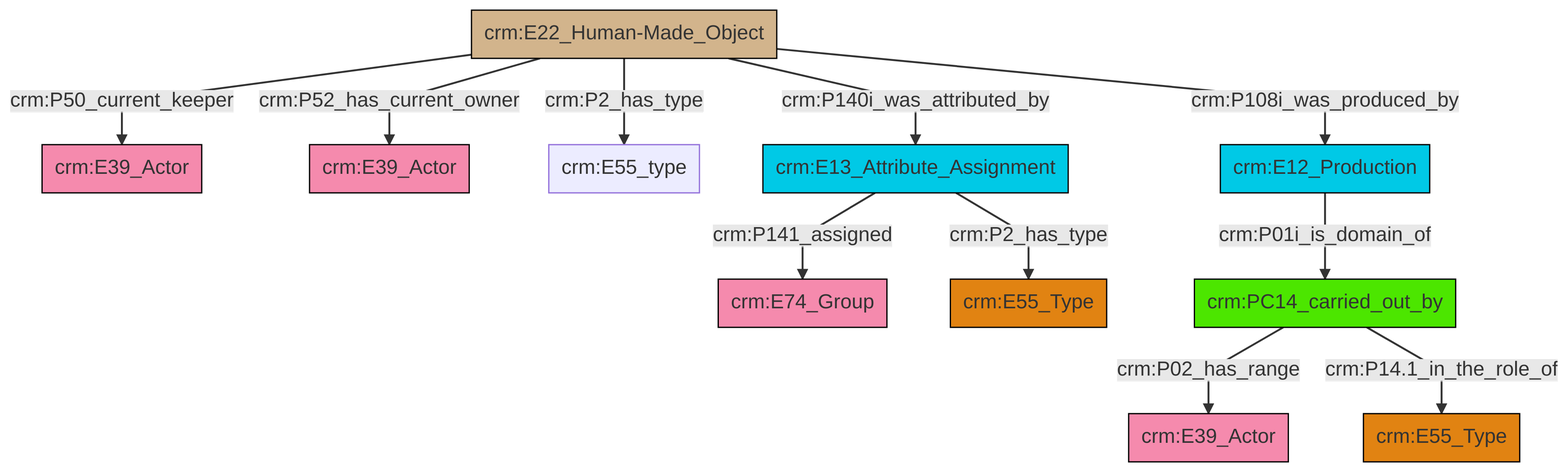
Above: et/artworkCSV/ttl/mmd/png/Artwork_Actor_Relations.png in swiss-art-research-net/docs.swissartresearch (Mermaid), before the change. Its source is kept beside it as et/artworkCSV/ttl/mmd/Artwork_Actor_Relations.ttl.mmd.
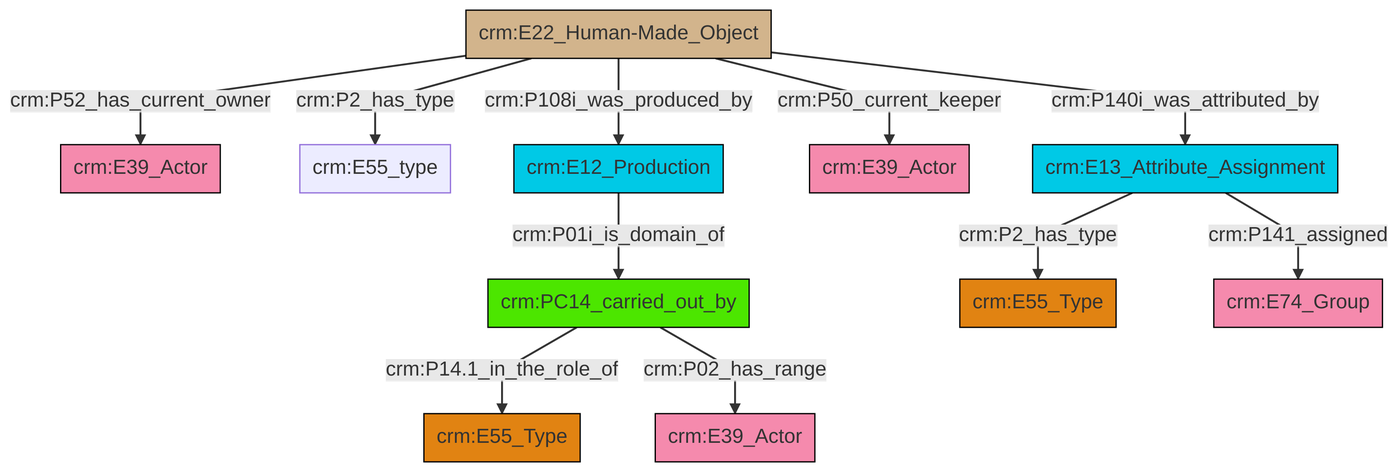
The same diagram one commit later.

What changed in the source:
```diff
@@ -13,13 +13,13 @@
 classDef PC_Classes fill:#4ce600, stroke:#000000;
 classDef Multi fill:#cccccc,stroke:#000000;
 
-0["crm:E22_Human-Made_Object"]:::Physical_Thing -->|crm:P50_current_keeper| 1["crm:E39_Actor"]:::Actor
-0["crm:E22_Human-Made_Object"]:::Physical_Thing -->|crm:P52_has_current_owner| 2["crm:E39_Actor"]:::Actor
-0["crm:E22_Human-Made_Object"]:::Physical_Thing -->|crm:P2_has_type| 3["crm:E55_type"]:::Default
-4["crm:E13_Attribute_Assignment"]:::Temporal_Entity -->|crm:P141_assigned| 8["crm:E74_Group"]:::Actor
-10["crm:PC14_carried_out_by"]:::PC_Classes -->|crm:P02_has_range| 12["crm:E39_Actor"]:::Actor
-0["crm:E22_Human-Made_Object"]:::Physical_Thing -->|crm:P140i_was_attributed_by| 4["crm:E13_Attribute_Assignment"]:::Temporal_Entity
-4["crm:E13_Attribute_Assignment"]:::Temporal_Entity -->|crm:P2_has_type| 14["crm:E55_Type"]:::Type
-6["crm:E12_Production"]:::Temporal_Entity -->|crm:P01i_is_domain_of| 10["crm:PC14_carried_out_by"]:::PC_Classes
-10["crm:PC14_carried_out_by"]:::PC_Classes -->|crm:P14.1_in_the_role_of| 15["crm:E55_Type"]:::Type
-0["crm:E22_Human-Made_Object"]:::Physical_Thing -->|crm:P108i_was_produced_by| 6["crm:E12_Production"]:::Temporal_Entity
+3["crm:PC14_carried_out_by"]:::PC_Classes -->|crm:P14.1_in_the_role_of| 4["crm:E55_Type"]:::Type
+6["crm:E13_Attribute_Assignment"]:::Temporal_Entity -->|crm:P2_has_type| 0["crm:E55_Type"]:::Type
+9["crm:E22_Human-Made_Object"]:::Physical_Thing -->|crm:P52_has_current_owner| 10["crm:E39_Actor"]:::Actor
+9["crm:E22_Human-Made_Object"]:::Physical_Thing -->|crm:P2_has_type| 11["crm:E55_type"]:::Default
+3["crm:PC14_carried_out_by"]:::PC_Classes -->|crm:P02_has_range| 7["crm:E39_Actor"]:::Actor
+9["crm:E22_Human-Made_Object"]:::Physical_Thing -->|crm:P108i_was_produced_by| 13["crm:E12_Production"]:::Temporal_Entity
+13["crm:E12_Production"]:::Temporal_Entity -->|crm:P01i_is_domain_of| 3["crm:PC14_carried_out_by"]:::PC_Classes
+9["crm:E22_Human-Made_Object"]:::Physical_Thing -->|crm:P50_current_keeper| 18["crm:E39_Actor"]:::Actor
+6["crm:E13_Attribute_Assignment"]:::Temporal_Entity -->|crm:P141_assigned| 20["crm:E74_Group"]:::Actor
+9["crm:E22_Human-Made_Object"]:::Physical_Thing -->|crm:P140i_was_attributed_by| 6["crm:E13_Attribute_Assignment"]:::Temporal_Entity
```
